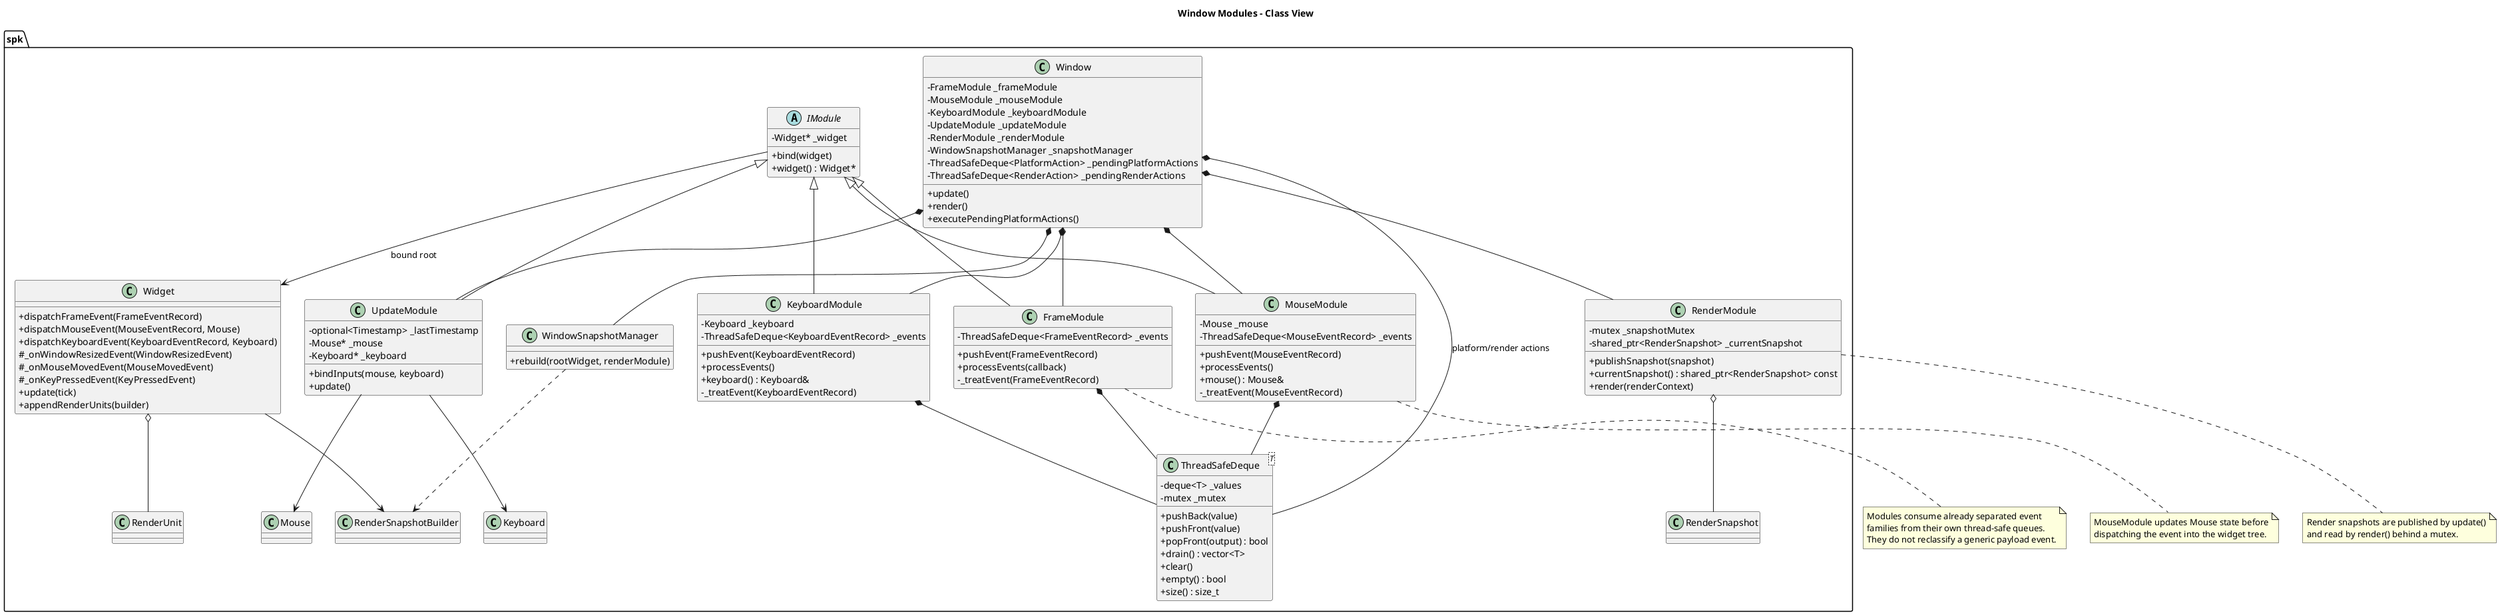
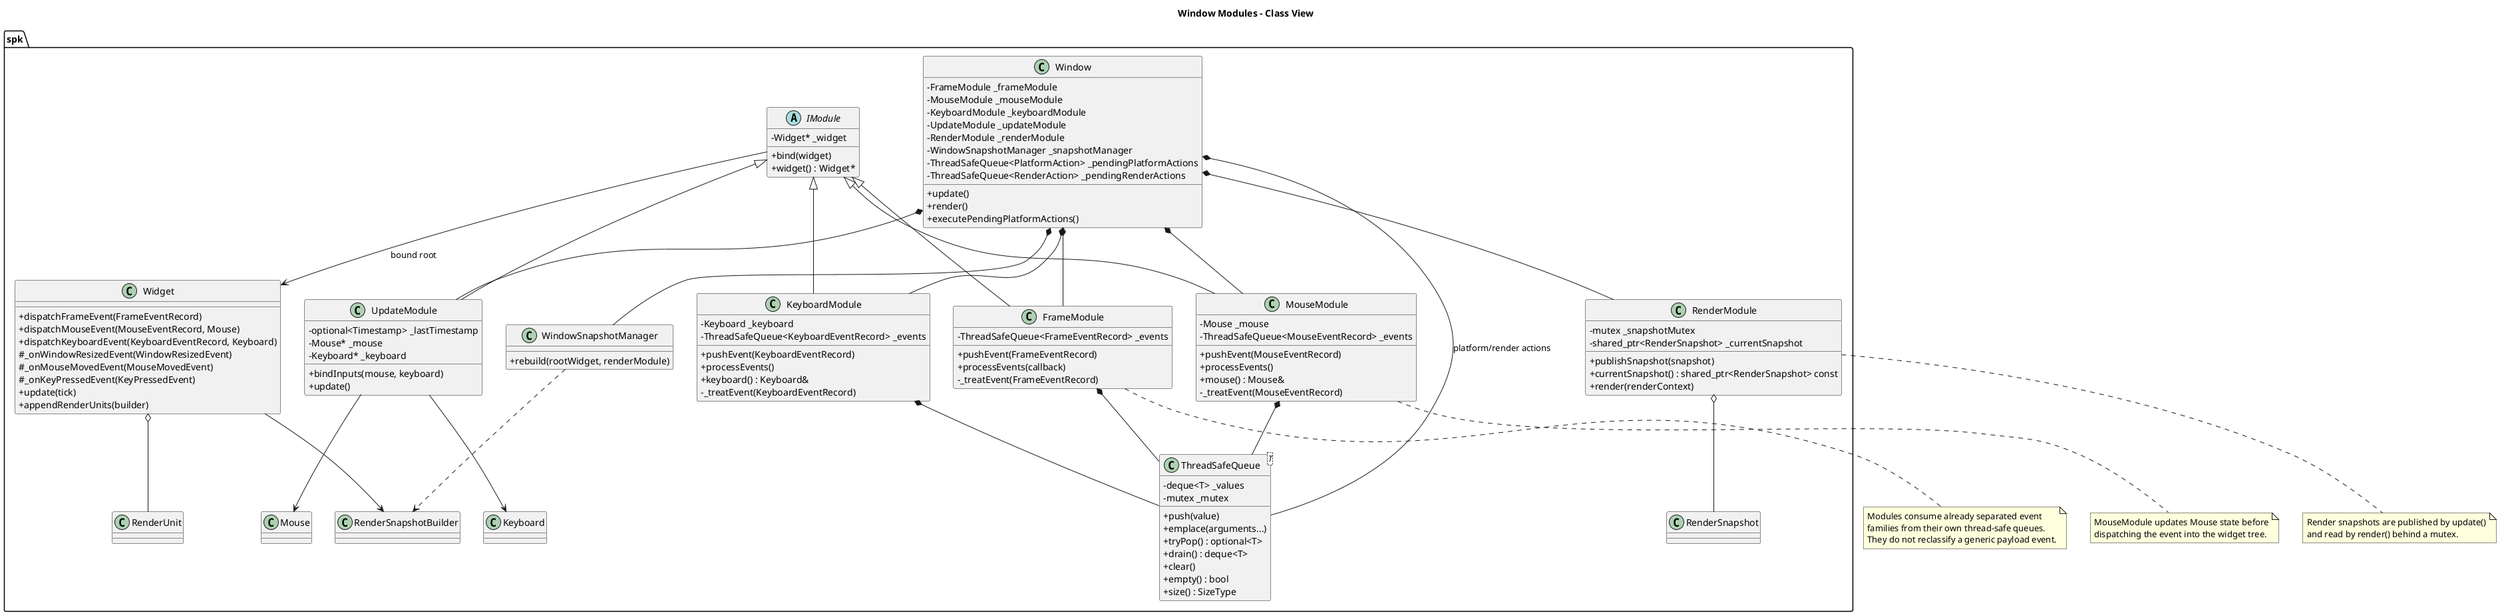
@startuml
title Window Modules - Class View

skinparam classAttributeIconSize 0

namespace spk {
	abstract class IModule {
		- Widget* _widget
		+ bind(widget)
		+ widget() : Widget*
	}

	class FrameModule {
- 		- ThreadSafeDeque<FrameEventRecord> _events
+ 		- ThreadSafeQueue<FrameEventRecord> _events
		+ pushEvent(FrameEventRecord)
		+ processEvents(callback)
		- _treatEvent(FrameEventRecord)
	}

	class MouseModule {
		- Mouse _mouse
- 		- ThreadSafeDeque<MouseEventRecord> _events
+ 		- ThreadSafeQueue<MouseEventRecord> _events
		+ pushEvent(MouseEventRecord)
		+ processEvents()
		+ mouse() : Mouse&
		- _treatEvent(MouseEventRecord)
	}

	class KeyboardModule {
		- Keyboard _keyboard
- 		- ThreadSafeDeque<KeyboardEventRecord> _events
+ 		- ThreadSafeQueue<KeyboardEventRecord> _events
		+ pushEvent(KeyboardEventRecord)
		+ processEvents()
		+ keyboard() : Keyboard&
		- _treatEvent(KeyboardEventRecord)
	}

	class UpdateModule {
		- optional<Timestamp> _lastTimestamp
		- Mouse* _mouse
		- Keyboard* _keyboard
		+ bindInputs(mouse, keyboard)
		+ update()
	}

	class RenderModule {
		- mutex _snapshotMutex
		- shared_ptr<RenderSnapshot> _currentSnapshot
		+ publishSnapshot(snapshot)
		+ currentSnapshot() : shared_ptr<RenderSnapshot> const
		+ render(renderContext)
	}

- 	class "ThreadSafeDeque<T>" as ThreadSafeDeque {
+ 	class "ThreadSafeQueue<T>" as ThreadSafeQueue {
		- deque<T> _values
		- mutex _mutex
- 		+ pushBack(value)
- 		+ pushFront(value)
- 		+ popFront(output) : bool
- 		+ drain() : vector<T>
+ 		+ push(value)
+ 		+ emplace(arguments...)
+ 		+ tryPop() : optional<T>
+ 		+ drain() : deque<T>
		+ clear()
		+ empty() : bool
- 		+ size() : size_t
+ 		+ size() : SizeType
	}

	class Window {
		- FrameModule _frameModule
		- MouseModule _mouseModule
		- KeyboardModule _keyboardModule
		- UpdateModule _updateModule
		- RenderModule _renderModule
		- WindowSnapshotManager _snapshotManager
- 		- ThreadSafeDeque<PlatformAction> _pendingPlatformActions
- 		- ThreadSafeDeque<RenderAction> _pendingRenderActions
+ 		- ThreadSafeQueue<PlatformAction> _pendingPlatformActions
+ 		- ThreadSafeQueue<RenderAction> _pendingRenderActions
		+ update()
		+ render()
		+ executePendingPlatformActions()
	}

	class WindowSnapshotManager {
		+ rebuild(rootWidget, renderModule)
	}

	class Widget {
		+ dispatchFrameEvent(FrameEventRecord)
		+ dispatchMouseEvent(MouseEventRecord, Mouse)
		+ dispatchKeyboardEvent(KeyboardEventRecord, Keyboard)
		# _onWindowResizedEvent(WindowResizedEvent)
		# _onMouseMovedEvent(MouseMovedEvent)
		# _onKeyPressedEvent(KeyPressedEvent)
		+ update(tick)
		+ appendRenderUnits(builder)
	}

	class RenderSnapshot
	class RenderSnapshotBuilder
	class RenderUnit
}

spk.IModule <|-- spk.FrameModule
spk.IModule <|-- spk.MouseModule
spk.IModule <|-- spk.KeyboardModule
spk.IModule <|-- spk.UpdateModule

spk.Window *-- spk.FrameModule
spk.Window *-- spk.MouseModule
spk.Window *-- spk.KeyboardModule
spk.Window *-- spk.UpdateModule
spk.Window *-- spk.RenderModule
spk.Window *-- spk.WindowSnapshotManager

spk.IModule --> spk.Widget : bound root
- spk.FrameModule *-- spk.ThreadSafeDeque
- spk.MouseModule *-- spk.ThreadSafeDeque
- spk.KeyboardModule *-- spk.ThreadSafeDeque
- spk.Window *-- spk.ThreadSafeDeque : platform/render actions
+ spk.FrameModule *-- spk.ThreadSafeQueue
+ spk.MouseModule *-- spk.ThreadSafeQueue
+ spk.KeyboardModule *-- spk.ThreadSafeQueue
+ spk.Window *-- spk.ThreadSafeQueue : platform/render actions
spk.UpdateModule --> spk.Mouse
spk.UpdateModule --> spk.Keyboard
spk.RenderModule o-- spk.RenderSnapshot
spk.WindowSnapshotManager ..> spk.RenderSnapshotBuilder
spk.Widget --> spk.RenderSnapshotBuilder
spk.Widget o-- spk.RenderUnit

note bottom of spk.MouseModule
MouseModule updates Mouse state before
dispatching the event into the widget tree.
end note

note bottom of spk.FrameModule
Modules consume already separated event
families from their own thread-safe queues.
They do not reclassify a generic payload event.
end note

note bottom of spk.RenderModule
Render snapshots are published by update()
and read by render() behind a mutex.
end note

@enduml
